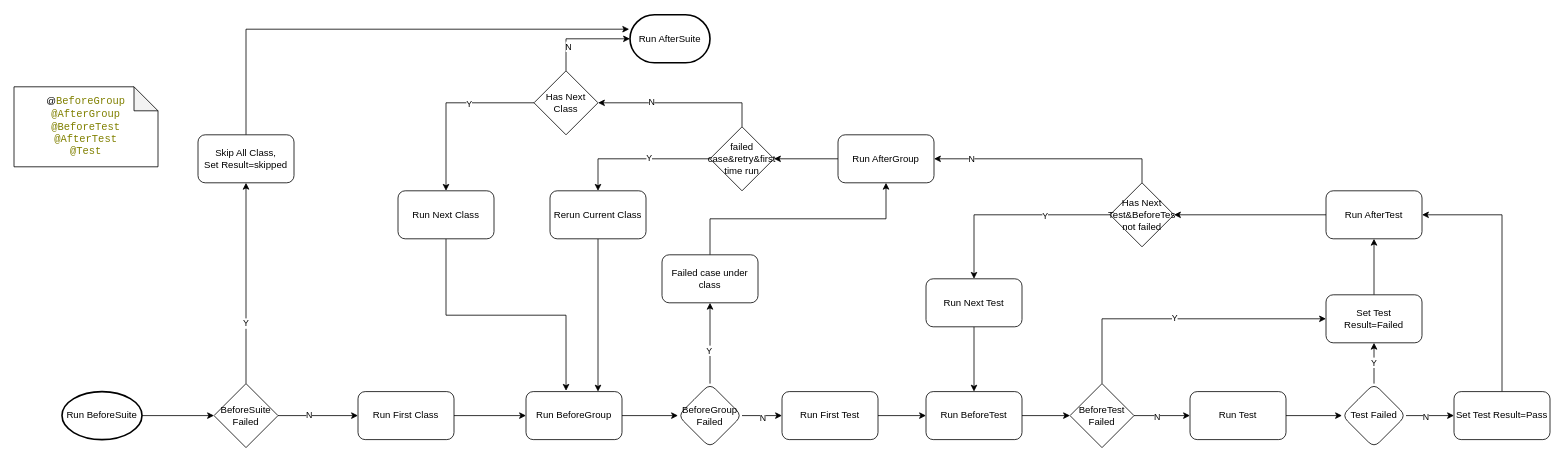
michellec2021/appium-demo keeps this draw.io diagram as page "Run Test" (3 of 7) of App Automation 2.0.drawio. Above is the earlier version. Source tidied: cells renumbered, new cells numbered last; positions are measured from the earlier drawing's top-left corner, leaving out a move shared by most shapes. Both pictures are drawn from the tidied source at 80%, with x=0, y=0 at pixel (14, 14).
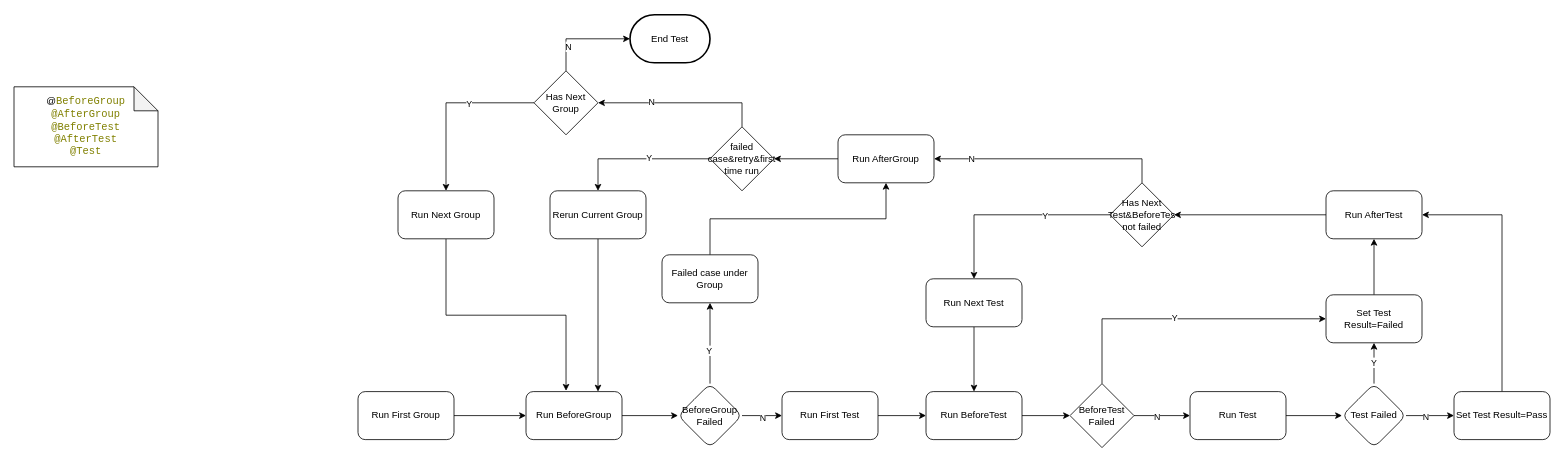
Above is the later version.

Change to the diagram source:
```diff
@@
-    <mxCell id="3" value="Run First Class" style="rounded=1;whiteSpace=wrap;html=1;" parent="1" vertex="1">
+    <mxCell id="3" value="Run First Group" style="rounded=1;whiteSpace=wrap;html=1;" parent="1" vertex="1">
       <mxGeometry x="430" y="471" width="120" height="60" as="geometry" />
     </mxCell>
@@
-    <mxCell id="18" value="Has Next Class" style="rhombus;whiteSpace=wrap;html=1;" parent="1" vertex="1">
+    <mxCell id="18" value="Has Next Group" style="rhombus;whiteSpace=wrap;html=1;" parent="1" vertex="1">
       <mxGeometry x="650" y="70" width="80" height="80" as="geometry" />
     </mxCell>
@@
-    <mxCell id="34" style="edgeStyle=orthogonalEdgeStyle;rounded=0;jettySize=auto;html=1;exitX=1;exitY=0.5;exitDx=0;exitDy=0;exitPerimeter=0;entryX=0;entryY=0.5;entryDx=0;entryDy=0;" parent="1" edge="1" source="35" target="40">
-      <mxGeometry relative="1" as="geometry" />
-    </mxCell>
-    <mxCell id="35" value="Run BeforeSuite" style="strokeWidth=2;html=1;shape=mxgraph.flowchart.start_1;whiteSpace=wrap;" parent="1" vertex="1">
-      <mxGeometry x="60" y="471" width="100" height="60" as="geometry" />
-    </mxCell>
-    <mxCell id="36" style="edgeStyle=orthogonalEdgeStyle;rounded=0;jettySize=auto;html=1;exitX=1;exitY=0.5;exitDx=0;exitDy=0;entryX=0;entryY=0.5;entryDx=0;entryDy=0;" parent="1" edge="1" source="40" target="3">
-      <mxGeometry relative="1" as="geometry" />
-    </mxCell>
-    <mxCell id="37" value="N" style="edgeLabel;html=1;align=center;verticalAlign=middle;" parent="36" vertex="1">
-      <mxGeometry x="-0.24" y="1" relative="1" as="geometry" />
-    </mxCell>
-    <mxCell id="38" style="edgeStyle=orthogonalEdgeStyle;rounded=0;jettySize=auto;html=1;exitX=0.5;exitY=0;exitDx=0;exitDy=0;entryX=0.5;entryY=1;entryDx=0;entryDy=0;" parent="1" edge="1" source="40" target="42">
-      <mxGeometry relative="1" as="geometry" />
-    </mxCell>
-    <mxCell id="39" value="Y" style="edgeLabel;html=1;align=center;verticalAlign=middle;" parent="38" vertex="1">
-      <mxGeometry x="-0.39" y="1" relative="1" as="geometry">
-        <mxPoint y="1" as="offset" />
-      </mxGeometry>
-    </mxCell>
-    <mxCell id="40" value="BeforeSuite Failed" style="rhombus;whiteSpace=wrap;html=1;" parent="1" vertex="1">
-      <mxGeometry x="250" y="461" width="80" height="80" as="geometry" />
-    </mxCell>
-    <mxCell id="41" style="edgeStyle=orthogonalEdgeStyle;rounded=0;jettySize=auto;html=1;exitX=0.5;exitY=0;exitDx=0;exitDy=0;entryX=-0.01;entryY=0.3;entryDx=0;entryDy=0;entryPerimeter=0;" parent="1" edge="1" source="42" target="60">
-      <mxGeometry relative="1" as="geometry" />
-    </mxCell>
-    <mxCell id="42" value="Skip All Class, &lt;br&gt;Set Result=skipped" style="rounded=1;whiteSpace=wrap;html=1;" parent="1" vertex="1">
-      <mxGeometry x="230" y="150" width="120" height="60" as="geometry" />
-    </mxCell>
@@
-    <mxCell id="44" value="Failed case under class" style="rounded=1;whiteSpace=wrap;html=1;" parent="1" vertex="1">
+    <mxCell id="44" value="Failed case under Group" style="rounded=1;whiteSpace=wrap;html=1;" parent="1" vertex="1">
       <mxGeometry x="810" y="300" width="120" height="60" as="geometry" />
     </mxCell>
@@
-    <mxCell id="55" value="Run Next Class" style="rounded=1;whiteSpace=wrap;html=1;" parent="1" vertex="1">
+    <mxCell id="55" value="Run Next Group" style="rounded=1;whiteSpace=wrap;html=1;" parent="1" vertex="1">
       <mxGeometry x="480" y="220" width="120" height="60" as="geometry" />
     </mxCell>
@@
-    <mxCell id="60" value="Run AfterSuite" style="strokeWidth=2;html=1;shape=mxgraph.flowchart.terminator;whiteSpace=wrap;" parent="1" vertex="1">
+    <mxCell id="60" value="End Test" style="strokeWidth=2;html=1;shape=mxgraph.flowchart.terminator;whiteSpace=wrap;" parent="1" vertex="1">
       <mxGeometry x="770" width="100" height="60" as="geometry" />
     </mxCell>
@@
-    <mxCell id="67" value="Rerun Current Class" style="rounded=1;whiteSpace=wrap;html=1;" parent="1" vertex="1">
+    <mxCell id="67" value="Rerun Current Group" style="rounded=1;whiteSpace=wrap;html=1;" parent="1" vertex="1">
       <mxGeometry x="670" y="220" width="120" height="60" as="geometry" />
     </mxCell>
```
